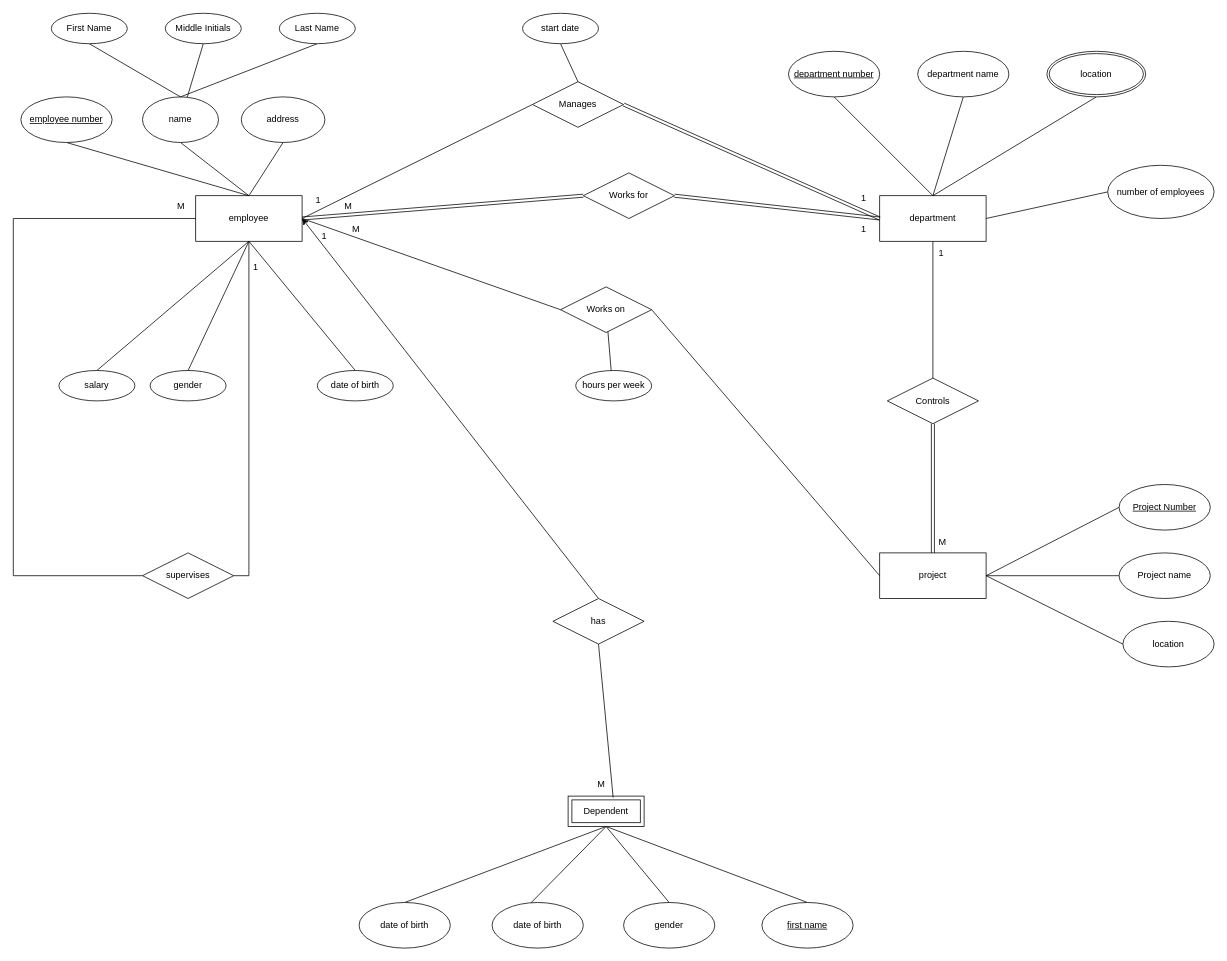
The draw.io diagram ER Diagrams/Tutorial 02 Question 01.drawio in Vishwa-Dilshan/Databases, before the edit. Source tidied: cells renumbered, new cells numbered last; positions are measured from the earlier drawing's top-left corner, leaving out a move shared by most shapes. Both pictures are drawn from the tidied source at 76%, with x=0, y=0 at pixel (13, 13).
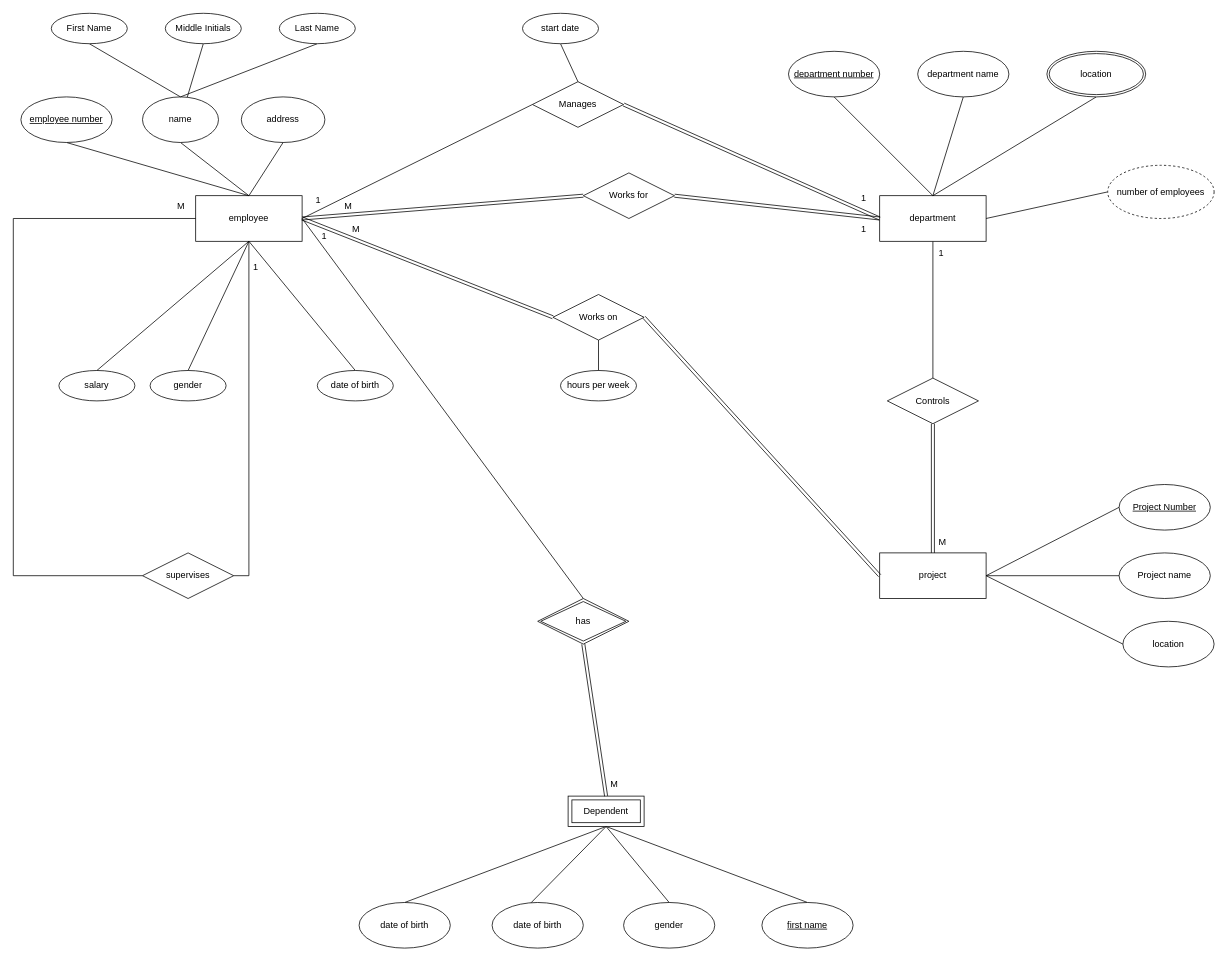
Above is the later version.

Unchanged cells that the change refers to:
```xml
<mxCell id="4" value="project" style="whiteSpace=wrap;html=1;align=center;" parent="1" vertex="1">
  <mxGeometry x="1140" y="710" width="140" height="60" as="geometry" />
</mxCell>
<mxCell id="6" value="employee" style="whiteSpace=wrap;html=1;align=center;" parent="1" vertex="1">
  <mxGeometry x="240" y="240" width="140" height="60" as="geometry" />
</mxCell>
<mxCell id="42" value="Dependent" style="shape=ext;margin=3;double=1;whiteSpace=wrap;html=1;align=center;" parent="1" vertex="1">
  <mxGeometry x="730" y="1030" width="100" height="40" as="geometry" />
</mxCell>
```

Diff of the diagram source:
```diff
@@
-    <mxCell id="32" value="number of employees" style="ellipse;whiteSpace=wrap;html=1;align=center;" parent="1" vertex="1">
+    <mxCell id="32" value="number of employees" style="ellipse;whiteSpace=wrap;html=1;align=center;dashed=1;" parent="1" vertex="1">
       <mxGeometry x="1440" y="200" width="140" height="70" as="geometry" />
     </mxCell>
@@
-    <mxCell id="53" style="edgeStyle=none;rounded=0;jettySize=auto;html=1;exitX=1;exitY=0.5;exitDx=0;exitDy=0;entryX=0;entryY=0.5;entryDx=0;entryDy=0;endArrow=none;endFill=0;" parent="1" edge="1" source="55" target="4">
-      <mxGeometry relative="1" as="geometry" />
-    </mxCell>
-    <mxCell id="54" style="edgeStyle=none;rounded=0;jettySize=auto;html=1;exitX=0;exitY=0.5;exitDx=0;exitDy=0;endArrow=none;endFill=0;entryX=1;entryY=0.5;entryDx=0;entryDy=0;" parent="1" edge="1" source="55" target="6">
-      <mxGeometry relative="1" as="geometry" />
-    </mxCell>
     <mxCell id="55" value="Works on" style="shape=rhombus;perimeter=rhombusPerimeter;whiteSpace=wrap;html=1;align=center;" parent="1" vertex="1">
-      <mxGeometry x="720" y="360" width="120" height="60" as="geometry" />
+      <mxGeometry x="710" y="370" width="120" height="60" as="geometry" />
     </mxCell>
@@
     <mxCell id="57" value="hours per week" style="ellipse;whiteSpace=wrap;html=1;align=center;" parent="1" vertex="1">
-      <mxGeometry x="740" y="470" width="100" height="40" as="geometry" />
+      <mxGeometry x="720" y="470" width="100" height="40" as="geometry" />
     </mxCell>
-    <mxCell id="58" style="edgeStyle=none;rounded=0;jettySize=auto;html=1;exitX=0.5;exitY=0;exitDx=0;exitDy=0;entryX=1;entryY=0.5;entryDx=0;entryDy=0;" parent="1" edge="1" source="59" target="6">
+    <mxCell id="58" style="edgeStyle=none;rounded=0;jettySize=auto;html=1;exitX=0.5;exitY=0;exitDx=0;exitDy=0;entryX=1;entryY=0.5;entryDx=0;entryDy=0;endArrow=none;endFill=0;" parent="1" edge="1" source="59" target="6">
       <mxGeometry relative="1" as="geometry" />
     </mxCell>
-    <mxCell id="59" value="has" style="shape=rhombus;perimeter=rhombusPerimeter;whiteSpace=wrap;html=1;align=center;" parent="1" vertex="1">
-      <mxGeometry x="710" y="770" width="120" height="60" as="geometry" />
-    </mxCell>
-    <mxCell id="60" style="rounded=0;jettySize=auto;html=1;exitX=0.5;exitY=1;exitDx=0;exitDy=0;entryX=0.593;entryY=0.05;entryDx=0;entryDy=0;entryPerimeter=0;endArrow=none;endFill=0;" parent="1" edge="1" source="59" target="42">
-      <mxGeometry relative="1" as="geometry" />
-    </mxCell>
@@
     <mxCell id="76" value="M" style="text;strokeColor=none;fillColor=none;spacingLeft=4;spacingRight=4;overflow=hidden;fontSize=12;whiteSpace=wrap;html=1;" parent="1" vertex="1">
-      <mxGeometry x="763" y="1000" width="40" height="30" as="geometry" />
+      <mxGeometry x="780" y="1000" width="40" height="30" as="geometry" />
     </mxCell>
@@
+    <mxCell id="88" style="shape=link;html=1;rounded=0;entryX=0;entryY=0.5;entryDx=0;entryDy=0;exitX=1;exitY=0.5;exitDx=0;exitDy=0;" parent="1" edge="1" source="6" target="55">
+      <mxGeometry relative="1" as="geometry" />
+    </mxCell>
+    <mxCell id="53" style="shape=link;html=1;rounded=0;entryX=0;entryY=0.5;entryDx=0;entryDy=0;exitX=1;exitY=0.5;exitDx=0;exitDy=0;" parent="1" edge="1" source="55" target="4">
+      <mxGeometry relative="1" as="geometry" />
+    </mxCell>
+    <mxCell id="59" value="has" style="shape=rhombus;double=1;perimeter=rhombusPerimeter;whiteSpace=wrap;html=1;align=center;" parent="1" vertex="1">
+      <mxGeometry x="690" y="770" width="120" height="60" as="geometry" />
+    </mxCell>
+    <mxCell id="60" style="shape=link;html=1;rounded=0;entryX=0.5;entryY=0;entryDx=0;entryDy=0;exitX=0.5;exitY=1;exitDx=0;exitDy=0;" parent="1" edge="1" source="59" target="42">
+      <mxGeometry relative="1" as="geometry" />
+    </mxCell>
```
